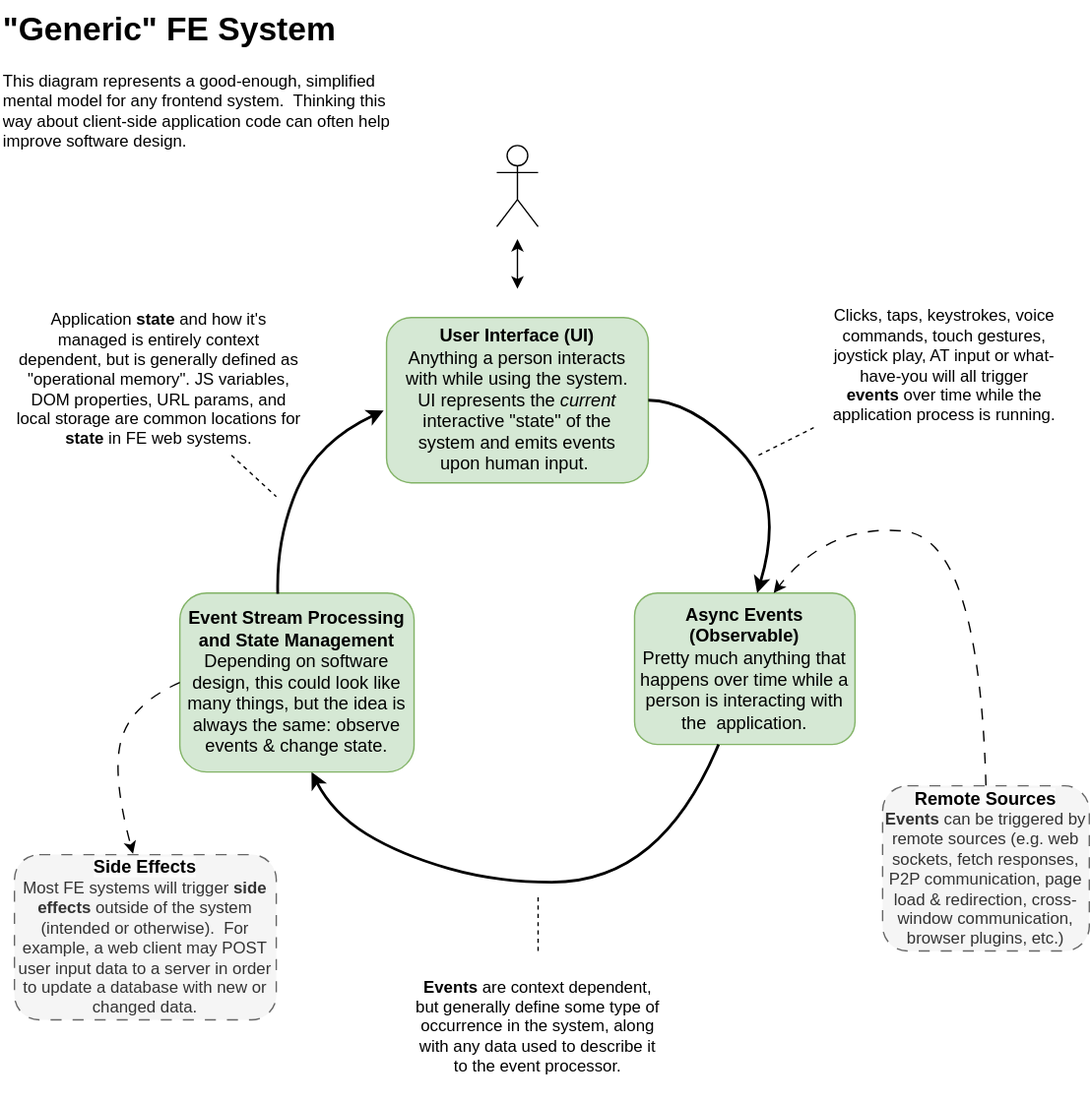
This is Generic-FE-System.drawio.svg from darthrellimnad/generic-fe-system, a draw.io export, as it was before one commit. Source tidied: cells renumbered, new cells last; positions are measured from the earlier drawing's top-left corner, leaving out a move shared by most shapes.
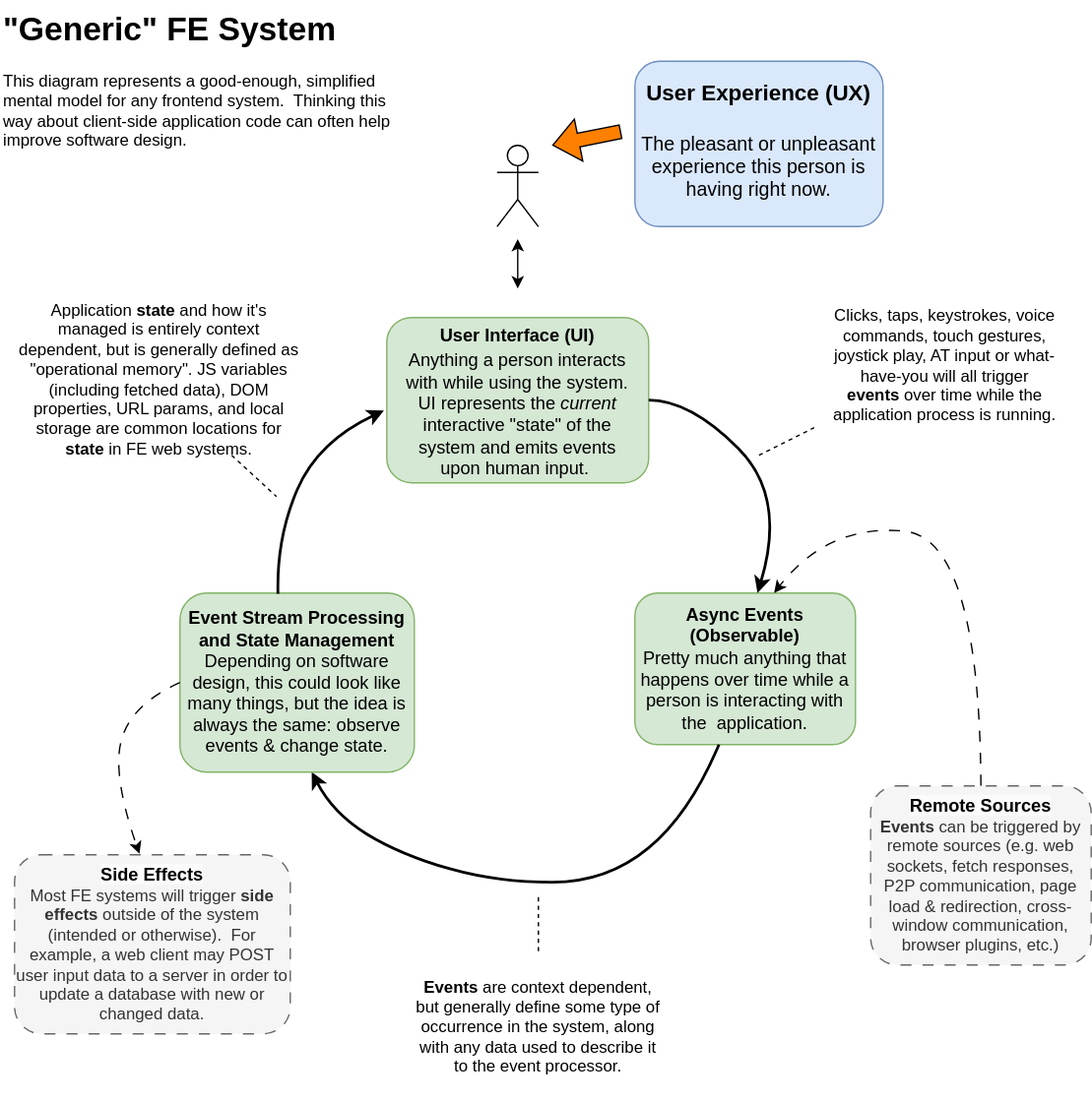
Later version of the same file.

Diff of the diagram source:
```diff
@@ -11,7 +11,7 @@
     <mxCell id="4" style="rounded=1;whiteSpace=wrap;html=1;fillColor=#d5e8d4;strokeColor=#82b366;" parent="1" vertex="1">
       <mxGeometry x="280" y="230" width="190" height="120" as="geometry" />
     </mxCell>
-    <mxCell id="5" value="&lt;font size=&quot;1&quot; style=&quot;&quot;&gt;&lt;b style=&quot;font-size: 13px;&quot;&gt;User Interface (UI)&lt;/b&gt;&lt;/font&gt;&lt;div style=&quot;font-size: 13px;&quot;&gt;Anything a person interacts with while using the system. UI represents the &lt;i&gt;current &lt;/i&gt;interactive &quot;state&quot; of the system and emits events upon human input.&amp;nbsp;&lt;/div&gt;" style="text;html=1;align=center;verticalAlign=middle;whiteSpace=wrap;rounded=0;" parent="1" vertex="1">
+    <mxCell id="5" value="&lt;h2 style=&quot;line-height: 100%; margin-top: 0px; margin-bottom: 0px;&quot;&gt;&lt;font size=&quot;1&quot; style=&quot;&quot;&gt;&lt;b style=&quot;font-size: 13px;&quot;&gt;User Interface (UI)&lt;/b&gt;&lt;/font&gt;&lt;/h2&gt;&lt;div style=&quot;font-size: 13px;&quot;&gt;Anything a person interacts with while using the system. UI represents the &lt;i&gt;current &lt;/i&gt;interactive &quot;state&quot; of the system and emits events upon human input.&amp;nbsp;&lt;/div&gt;" style="text;html=1;align=center;verticalAlign=middle;whiteSpace=wrap;rounded=0;" parent="1" vertex="1">
       <mxGeometry x="290" y="237.5" width="170" height="105" as="geometry" />
     </mxCell>
     <mxCell id="6" style="curved=1;endArrow=classic;html=1;rounded=0;entryX=0.562;entryY=1;entryDx=0;entryDy=0;entryPerimeter=0;exitX=0.381;exitY=1;exitDx=0;exitDy=0;exitPerimeter=0;strokeWidth=2;" parent="1" edge="1" source="3" target="9">
@@ -34,7 +34,7 @@
       </mxGeometry>
     </mxCell>
     <mxCell id="8" value="&lt;b style=&quot;color: rgb(0, 0, 0); font-family: Helvetica; font-size: 13px; font-style: normal; font-variant-ligatures: normal; font-variant-caps: normal; letter-spacing: normal; orphans: 2; text-align: center; text-indent: 0px; text-transform: none; widows: 2; word-spacing: 0px; -webkit-text-stroke-width: 0px; white-space: normal; background-color: rgb(251, 251, 251); text-decoration-thickness: initial; text-decoration-style: initial; text-decoration-color: initial;&quot;&gt;Remote Sources&lt;/b&gt;&lt;div&gt;&lt;b&gt;Events&lt;/b&gt; can be triggered by remote sources (e.g. web sockets, fetch responses, P2P communication, page load &amp;amp; redirection, cross-window communication, browser plugins, etc.)&lt;/div&gt;" style="rounded=1;whiteSpace=wrap;html=1;shadow=0;glass=0;strokeColor=#666666;strokeWidth=1;perimeterSpacing=0;fillColor=#f5f5f5;fontColor=#333333;dashed=1;dashPattern=8 8;" parent="1" vertex="1">
-      <mxGeometry x="640" y="570" width="150" height="120" as="geometry" />
+      <mxGeometry x="631" y="570" width="160" height="130" as="geometry" />
     </mxCell>
     <mxCell id="9" value="&lt;b&gt;&lt;font style=&quot;font-size: 13px;&quot;&gt;Event Stream Processing and State Management&lt;/font&gt;&lt;/b&gt;&lt;div&gt;&lt;font style=&quot;font-size: 13px;&quot;&gt;Depending on software design, this could look like many things, but the idea is always the same: observe events &amp;amp; change state.&lt;/font&gt;&lt;/div&gt;" style="rounded=1;whiteSpace=wrap;html=1;fillColor=#d5e8d4;strokeColor=#82b366;" parent="1" vertex="1">
       <mxGeometry x="130" y="430" width="170" height="130" as="geometry" />
@@ -58,7 +58,7 @@
     <mxCell id="12" value="Clicks, taps, keystrokes, voice commands, touch gestures, joystick play, AT input or what-have-you will all trigger &lt;b&gt;events&lt;/b&gt;&amp;nbsp;over time while the application process is running." style="text;html=1;align=center;verticalAlign=middle;whiteSpace=wrap;rounded=0;" parent="1" vertex="1">
       <mxGeometry x="590" y="220" width="190" height="90" as="geometry" />
     </mxCell>
-    <mxCell id="13" value="Application &lt;b&gt;state&lt;/b&gt;&amp;nbsp;and how it's managed is entirely context dependent, but is generally defined as &quot;operational memory&quot;. JS variables, DOM properties, URL params, and local storage are common locations for &lt;b&gt;state&lt;/b&gt;&amp;nbsp;in FE web systems." style="text;html=1;align=center;verticalAlign=middle;whiteSpace=wrap;rounded=0;" parent="1" vertex="1">
+    <mxCell id="13" value="Application &lt;b&gt;state&lt;/b&gt;&amp;nbsp;and how it's managed is entirely context dependent, but is generally defined as &quot;operational memory&quot;. JS variables (including fetched data), DOM properties, URL params, and local storage are common locations for &lt;b&gt;state&lt;/b&gt;&amp;nbsp;in FE web systems." style="text;html=1;align=center;verticalAlign=middle;whiteSpace=wrap;rounded=0;" parent="1" vertex="1">
       <mxGeometry x="10" y="220" width="210" height="110" as="geometry" />
     </mxCell>
     <mxCell id="14" style="endArrow=none;dashed=1;html=1;rounded=0;entryX=0;entryY=1;entryDx=0;entryDy=0;" parent="1" edge="1" target="12">
@@ -89,7 +89,7 @@
       </mxGeometry>
     </mxCell>
     <mxCell id="20" value="&lt;b style=&quot;color: rgb(0, 0, 0); font-family: Helvetica; font-size: 13px; font-style: normal; font-variant-ligatures: normal; font-variant-caps: normal; letter-spacing: normal; orphans: 2; text-align: center; text-indent: 0px; text-transform: none; widows: 2; word-spacing: 0px; -webkit-text-stroke-width: 0px; white-space: normal; background-color: rgb(251, 251, 251); text-decoration-thickness: initial; text-decoration-style: initial; text-decoration-color: initial;&quot;&gt;Side Effects&lt;/b&gt;&lt;div&gt;Most FE systems will trigger &lt;b&gt;side effects&lt;/b&gt;&amp;nbsp;outside of the system (intended or otherwise).&amp;nbsp; For example, a web client may POST user input data to a server in order to update a database with new or changed data.&lt;/div&gt;" style="rounded=1;whiteSpace=wrap;html=1;shadow=0;glass=0;strokeColor=#666666;strokeWidth=1;perimeterSpacing=0;fillColor=#f5f5f5;fontColor=#333333;dashed=1;dashPattern=8 8;" parent="1" vertex="1">
-      <mxGeometry x="10" y="620" width="190" height="120" as="geometry" />
+      <mxGeometry x="10" y="620" width="200" height="130" as="geometry" />
     </mxCell>
     <mxCell id="21" style="curved=1;endArrow=classic;html=1;rounded=0;exitX=0;exitY=0.5;exitDx=0;exitDy=0;entryX=0.453;entryY=-0.005;entryDx=0;entryDy=0;entryPerimeter=0;dashed=1;dashPattern=8 8;" parent="1" edge="1" source="9" target="20">
       <mxGeometry relative="1" as="geometry">
@@ -99,5 +99,14 @@
         </Array>
       </mxGeometry>
     </mxCell>
+    <mxCell id="22" style="shape=flexArrow;endArrow=classic;html=1;rounded=0;fillColor=#FF8000;" parent="1" edge="1">
+      <mxGeometry relative="1" as="geometry">
+        <mxPoint x="450" y="95" as="sourcePoint" />
+        <mxPoint x="400" y="105" as="targetPoint" />
+      </mxGeometry>
+    </mxCell>
+    <mxCell id="23" value="&lt;h1 style=&quot;margin-top: 0px;&quot;&gt;&lt;font style=&quot;font-size: 16px;&quot;&gt;User Experience (UX)&lt;/font&gt;&lt;/h1&gt;&lt;p style=&quot;&quot;&gt;&lt;font style=&quot;font-size: 14px;&quot;&gt;The pleasant or unpleasant experience this person is having right now.&lt;/font&gt;&lt;/p&gt;" style="text;html=1;whiteSpace=wrap;overflow=hidden;rounded=1;fillColor=#dae8fc;strokeColor=#6c8ebf;align=center;" parent="1" vertex="1">
+      <mxGeometry x="460" y="44" width="180" height="120" as="geometry" />
+    </mxCell>
   </root>
 </mxGraphModel>
```
